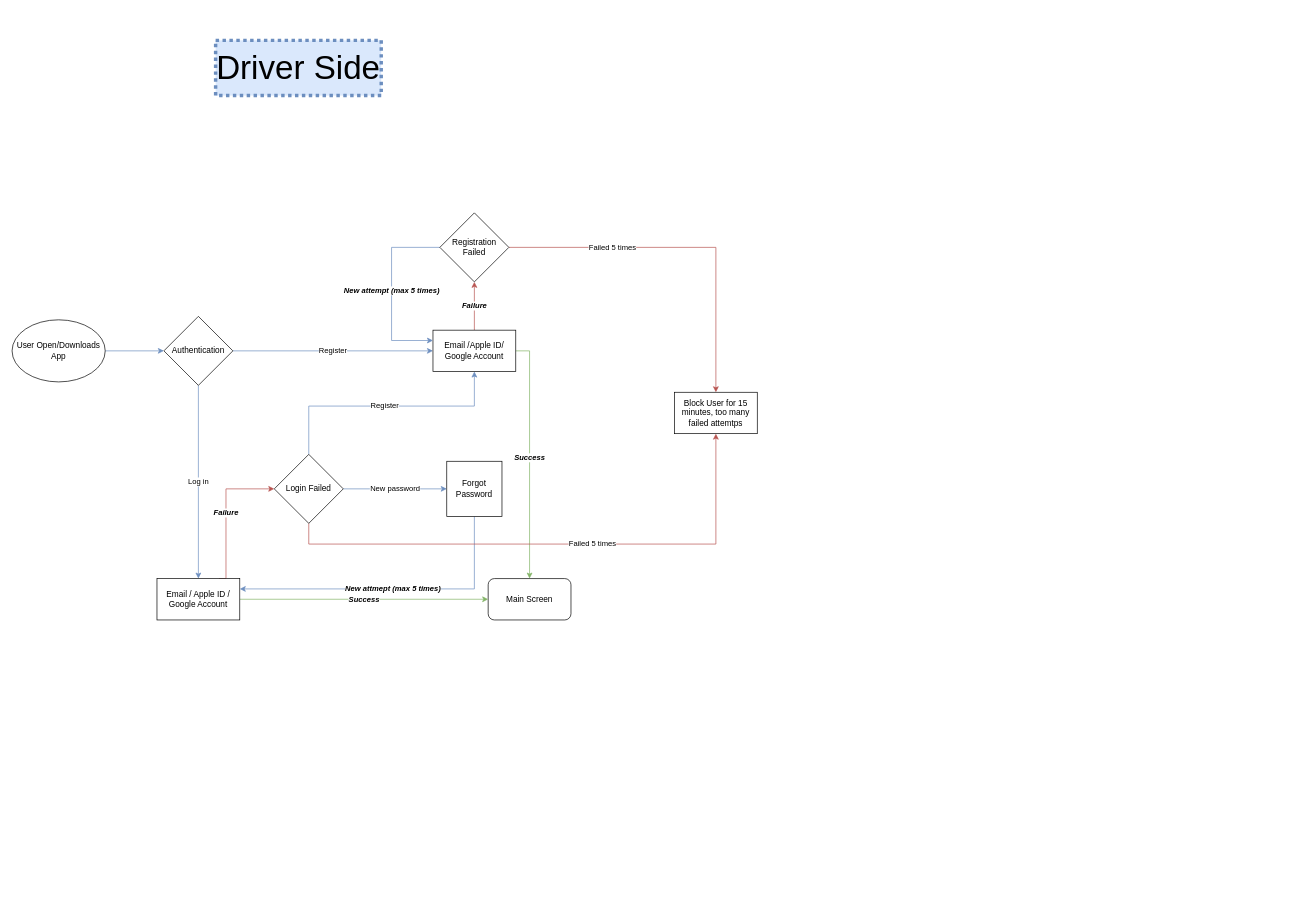
Above: api/App flow.drawio in DenBile/api_sample (draw.io), before the change. Source tidied: cells renumbered, new cells numbered last; positions are measured from the earlier drawing's top-left corner, leaving out a move shared by most shapes. Both pictures are drawn from the tidied source at 69%, with x=0, y=0 at pixel (12, 40).
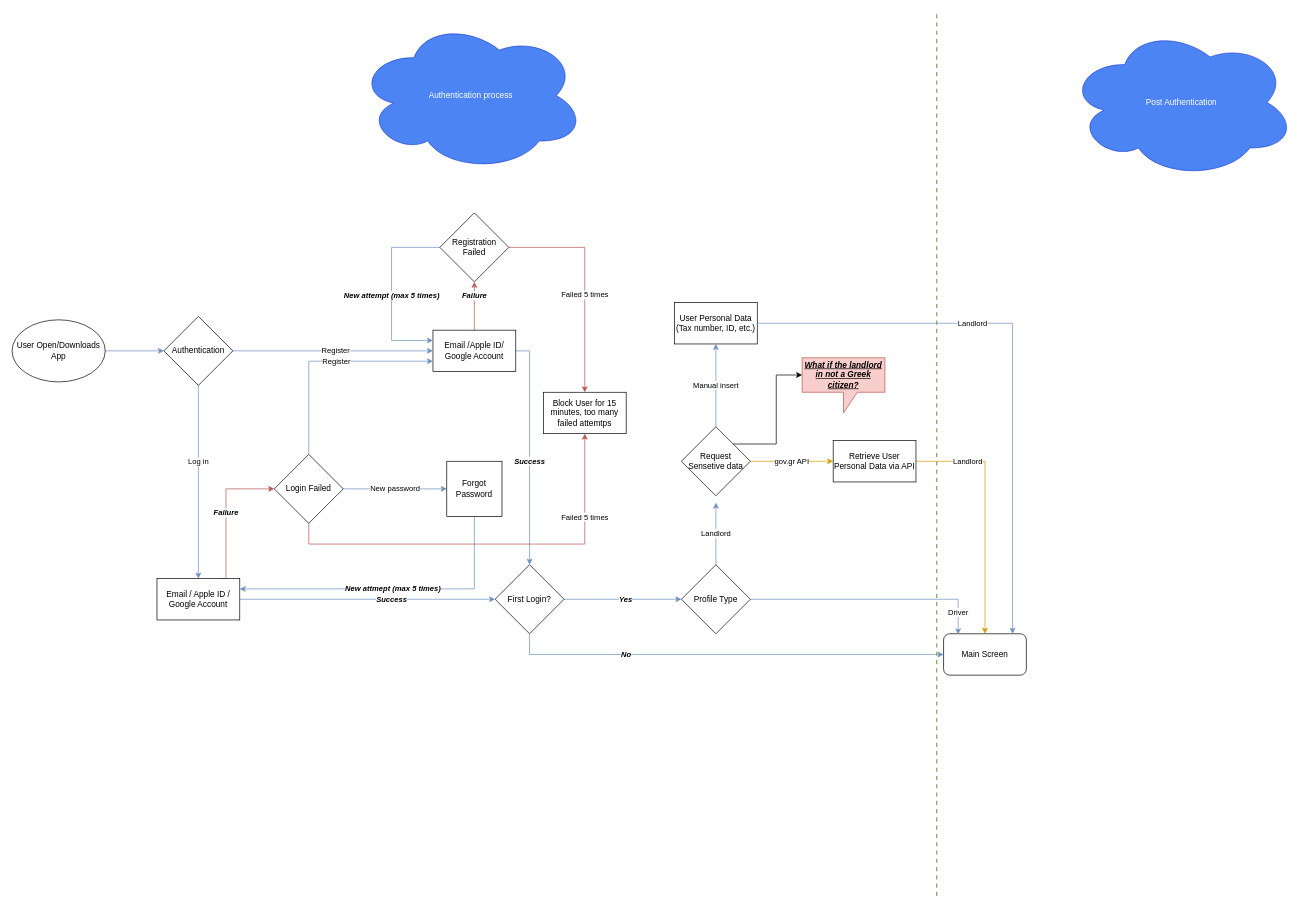
After the change.

The change refers to these unchanged cells:
```xml
<mxCell id="8" value="Authentication" style="rhombus;whiteSpace=wrap;html=1;" parent="1" vertex="1">
  <mxGeometry x="220" y="400" width="100" height="100" as="geometry" />
</mxCell>
<mxCell id="11" value="Email /Apple ID/ Google Account" style="whiteSpace=wrap;html=1;" parent="1" vertex="1">
  <mxGeometry x="610" y="420" width="120" height="60" as="geometry" />
</mxCell>
<mxCell id="14" value="Email / Apple ID / Google Account" style="whiteSpace=wrap;html=1;" parent="1" vertex="1">
  <mxGeometry x="210" y="780" width="120" height="60" as="geometry" />
</mxCell>
<mxCell id="20" value="Login Failed" style="rhombus;whiteSpace=wrap;html=1;" parent="1" vertex="1">
  <mxGeometry x="380" y="600" width="100" height="100" as="geometry" />
</mxCell>
<mxCell id="23" value="Registration Failed" style="rhombus;whiteSpace=wrap;html=1;" parent="1" vertex="1">
  <mxGeometry x="620" y="250" width="100" height="100" as="geometry" />
</mxCell>
```

The edit, as a diff of the source:
```diff
@@
-    <mxCell id="4" value="Driver Side" style="text;html=1;strokeColor=#6c8ebf;fillColor=#dae8fc;align=center;verticalAlign=middle;whiteSpace=wrap;rounded=0;dashed=1;dashPattern=1 1;strokeWidth=5;fontSize=48;" parent="1" vertex="1">
-      <mxGeometry x="295" width="240" height="80" as="geometry" />
-    </mxCell>
     <mxCell id="5" value="Main Screen" style="rounded=1;whiteSpace=wrap;html=1;" parent="1" vertex="1">
-      <mxGeometry x="690" y="780" width="120" height="60" as="geometry" />
+      <mxGeometry x="1350" y="860" width="120" height="60" as="geometry" />
     </mxCell>
     <mxCell id="6" value="Register" style="edgeStyle=orthogonalEdgeStyle;rounded=0;jettySize=auto;html=1;fillColor=#dae8fc;strokeColor=#6c8ebf;" parent="1" edge="1" source="8" target="11">
-      <mxGeometry relative="1" as="geometry" />
+      <mxGeometry x="0.03" relative="1" as="geometry" />
     </mxCell>
     <mxCell id="7" value="Log in" style="edgeStyle=orthogonalEdgeStyle;rounded=0;jettySize=auto;html=1;fillColor=#dae8fc;strokeColor=#6c8ebf;" parent="1" edge="1" source="8" target="14">
-      <mxGeometry relative="1" as="geometry" />
+      <mxGeometry x="-0.21" relative="1" as="geometry" />
     </mxCell>
@@
-    <mxCell id="9" value="Success" style="edgeStyle=orthogonalEdgeStyle;rounded=0;jettySize=auto;html=1;exitX=1;exitY=0.5;exitDx=0;exitDy=0;fillColor=#d5e8d4;strokeColor=#82b366;fontStyle=3;" parent="1" edge="1" source="11" target="5">
-      <mxGeometry relative="1" as="geometry" />
-    </mxCell>
     <mxCell id="10" value="Failure" style="edgeStyle=orthogonalEdgeStyle;rounded=0;jettySize=auto;html=1;fillColor=#f8cecc;strokeColor=#b85450;fontStyle=3;" parent="1" edge="1" source="11" target="23">
-      <mxGeometry relative="1" as="geometry" />
+      <mxGeometry x="0.43" relative="1" as="geometry">
+        <Array as="points">
+          <mxPoint x="670" y="370" />
+          <mxPoint x="670" y="370" />
+        </Array>
+      </mxGeometry>
     </mxCell>
+    <mxCell id="25" value="Success" style="edgeStyle=orthogonalEdgeStyle;rounded=0;jettySize=auto;html=1;exitX=1;exitY=0.5;exitDx=0;exitDy=0;entryX=0.5;entryY=0;entryDx=0;entryDy=0;fillColor=#dae8fc;strokeColor=#6c8ebf;fontStyle=3;" parent="1" edge="1" source="11" target="29">
+      <mxGeometry x="0.09" relative="1" as="geometry" />
+    </mxCell>
@@
-    <mxCell id="12" value="Success" style="edgeStyle=orthogonalEdgeStyle;rounded=0;jettySize=auto;html=1;exitX=1;exitY=0.5;exitDx=0;exitDy=0;fillColor=#d5e8d4;strokeColor=#82b366;fontStyle=3;" parent="1" edge="1" source="14" target="5">
-      <mxGeometry relative="1" as="geometry" />
-    </mxCell>
@@
+    <mxCell id="26" value="Success" style="edgeStyle=orthogonalEdgeStyle;rounded=0;jettySize=auto;html=1;exitX=1;exitY=0.5;exitDx=0;exitDy=0;entryX=0;entryY=0.5;entryDx=0;entryDy=0;fillColor=#dae8fc;strokeColor=#6c8ebf;fontStyle=3;" parent="1" edge="1" source="14" target="29">
+      <mxGeometry x="0.19" relative="1" as="geometry" />
+    </mxCell>
@@
+    <mxCell id="19" value="Failed 5 times" style="edgeStyle=orthogonalEdgeStyle;rounded=0;jettySize=auto;html=1;exitX=0.5;exitY=1;exitDx=0;exitDy=0;fillColor=#f8cecc;strokeColor=#b85450;entryX=0.5;entryY=1;entryDx=0;entryDy=0;" parent="1" edge="1" source="20" target="24">
+      <mxGeometry x="0.59" relative="1" as="geometry">
+        <Array as="points">
+          <mxPoint x="430" y="730" />
+          <mxPoint x="830" y="730" />
+        </Array>
+      </mxGeometry>
+    </mxCell>
-    <mxCell id="18" value="Register" style="edgeStyle=orthogonalEdgeStyle;rounded=0;jettySize=auto;html=1;exitX=0.5;exitY=0;exitDx=0;exitDy=0;entryX=0.5;entryY=1;entryDx=0;entryDy=0;fillColor=#dae8fc;strokeColor=#6c8ebf;" parent="1" edge="1" source="20" target="11">
-      <mxGeometry relative="1" as="geometry">
-        <Array as="points">
-          <mxPoint x="430" y="530" />
-          <mxPoint x="670" y="530" />
-        </Array>
-      </mxGeometry>
+    <mxCell id="18" value="Register" style="edgeStyle=orthogonalEdgeStyle;rounded=0;jettySize=auto;html=1;exitX=0.5;exitY=0;exitDx=0;exitDy=0;entryX=0;entryY=0.75;entryDx=0;entryDy=0;fillColor=#dae8fc;strokeColor=#6c8ebf;" parent="1" edge="1" source="20" target="11">
+      <mxGeometry x="0.11" relative="1" as="geometry" />
     </mxCell>
-    <mxCell id="19" value="Failed 5 times" style="edgeStyle=orthogonalEdgeStyle;rounded=0;jettySize=auto;html=1;exitX=0.5;exitY=1;exitDx=0;exitDy=0;fillColor=#f8cecc;strokeColor=#b85450;" parent="1" edge="1" source="20" target="24">
-      <mxGeometry x="0.13" relative="1" as="geometry">
-        <Array as="points">
-          <mxPoint x="430" y="730" />
-          <mxPoint x="1020" y="730" />
-        </Array>
-      </mxGeometry>
-    </mxCell>
@@
     <mxCell id="21" value="New attempt (max 5 times)" style="edgeStyle=orthogonalEdgeStyle;rounded=0;jettySize=auto;html=1;exitX=0;exitY=0.5;exitDx=0;exitDy=0;entryX=0;entryY=0.25;entryDx=0;entryDy=0;fillColor=#dae8fc;strokeColor=#6c8ebf;fontStyle=3;" parent="1" edge="1" source="23" target="11">
-      <mxGeometry relative="1" as="geometry">
+      <mxGeometry x="0.06" relative="1" as="geometry">
         <Array as="points">
           <mxPoint x="550" y="300" />
           <mxPoint x="550" y="435" />
         </Array>
       </mxGeometry>
     </mxCell>
     <mxCell id="22" value="Failed 5 times" style="edgeStyle=orthogonalEdgeStyle;rounded=0;jettySize=auto;html=1;exitX=1;exitY=0.5;exitDx=0;exitDy=0;fillColor=#f8cecc;strokeColor=#b85450;" parent="1" edge="1" source="23" target="24">
-      <mxGeometry x="-0.41" relative="1" as="geometry" />
+      <mxGeometry x="0.12" relative="1" as="geometry" />
     </mxCell>
@@
     <mxCell id="24" value="Block User for 15 minutes, too many failed attemtps" style="rounded=0;whiteSpace=wrap;html=1;" parent="1" vertex="1">
-      <mxGeometry x="960" y="510" width="120" height="60" as="geometry" />
+      <mxGeometry x="770" y="510" width="120" height="60" as="geometry" />
     </mxCell>
+    <mxCell id="27" value="Yes" style="edgeStyle=orthogonalEdgeStyle;rounded=0;jettySize=auto;html=1;exitX=1;exitY=0.5;exitDx=0;exitDy=0;entryX=0;entryY=0.5;entryDx=0;entryDy=0;fontStyle=3;fillColor=#dae8fc;strokeColor=#6c8ebf;" parent="1" edge="1" source="29">
+      <mxGeometry x="0.06" relative="1" as="geometry">
+        <mxPoint x="970" y="810" as="targetPoint" />
+      </mxGeometry>
+    </mxCell>
+    <mxCell id="28" value="No" style="edgeStyle=orthogonalEdgeStyle;rounded=0;jettySize=auto;html=1;exitX=0.5;exitY=1;exitDx=0;exitDy=0;entryX=0;entryY=0.5;entryDx=0;entryDy=0;fontStyle=3;fillColor=#dae8fc;strokeColor=#6c8ebf;" parent="1" edge="1" source="29" target="5">
+      <mxGeometry x="-0.46" relative="1" as="geometry" />
+    </mxCell>
+    <mxCell id="29" value="First Login?" style="rhombus;whiteSpace=wrap;html=1;" parent="1" vertex="1">
+      <mxGeometry x="700" y="760" width="100" height="100" as="geometry" />
+    </mxCell>
+    <mxCell id="30" style="endArrow=none;html=1;rounded=0;strokeWidth=2;dashed=1;fillColor=#d5e8d4;strokeColor=#82b366;" parent="1" edge="1">
+      <mxGeometry relative="1" as="geometry">
+        <mxPoint x="1340" y="1240" as="sourcePoint" />
+        <mxPoint x="1340" y="-40" as="targetPoint" />
+      </mxGeometry>
+    </mxCell>
+    <mxCell id="31" value="Driver" style="edgeStyle=orthogonalEdgeStyle;rounded=0;jettySize=auto;html=1;exitX=1;exitY=0.5;exitDx=0;exitDy=0;entryX=0.176;entryY=0.014;entryDx=0;entryDy=0;fillColor=#dae8fc;strokeColor=#6c8ebf;entryPerimeter=0;" parent="1" edge="1" source="33" target="5">
+      <mxGeometry x="0.82" relative="1" as="geometry" />
+    </mxCell>
+    <mxCell id="32" value="Landlord" style="edgeStyle=orthogonalEdgeStyle;rounded=0;orthogonalLoop=1;jettySize=auto;html=1;fillColor=#dae8fc;strokeColor=#6c8ebf;" parent="1" edge="1">
+      <mxGeometry relative="1" as="geometry">
+        <mxPoint x="1020" y="760" as="sourcePoint" />
+        <mxPoint x="1020" y="670" as="targetPoint" />
+      </mxGeometry>
+    </mxCell>
+    <mxCell id="33" value="Profile Type" style="rhombus;whiteSpace=wrap;html=1;" parent="1" vertex="1">
+      <mxGeometry x="970" y="760" width="100" height="100" as="geometry" />
+    </mxCell>
+    <mxCell id="34" value="User Personal Data (Tax number, ID, etc.)" style="rounded=0;whiteSpace=wrap;html=1;" parent="1" vertex="1">
+      <mxGeometry x="960" y="380" width="120" height="60" as="geometry" />
+    </mxCell>
+    <mxCell id="35" value="Manual insert" style="edgeStyle=orthogonalEdgeStyle;rounded=0;jettySize=auto;html=1;fillColor=#dae8fc;strokeColor=#6c8ebf;" parent="1" edge="1" source="37" target="34">
+      <mxGeometry relative="1" as="geometry" />
+    </mxCell>
+    <mxCell id="36" value="gov.gr API" style="edgeStyle=orthogonalEdgeStyle;rounded=0;jettySize=auto;html=1;fillColor=#ffe6cc;strokeColor=#d79b00;" parent="1" edge="1" source="37" target="39">
+      <mxGeometry relative="1" as="geometry" />
+    </mxCell>
+    <mxCell id="37" value="Request Sensetive data" style="rhombus;whiteSpace=wrap;html=1;" parent="1" vertex="1">
+      <mxGeometry x="970" y="560" width="100" height="100" as="geometry" />
+    </mxCell>
+    <mxCell id="38" value="Landlord" style="edgeStyle=orthogonalEdgeStyle;rounded=0;jettySize=auto;html=1;exitX=1;exitY=0.5;exitDx=0;exitDy=0;entryX=0.5;entryY=0;entryDx=0;entryDy=0;fillColor=#ffe6cc;strokeColor=#d79b00;" parent="1" edge="1" source="39" target="5">
+      <mxGeometry x="-0.57" relative="1" as="geometry" />
+    </mxCell>
+    <mxCell id="39" value="Retrieve User Personal Data via API" style="rounded=0;whiteSpace=wrap;html=1;" parent="1" vertex="1">
+      <mxGeometry x="1190" y="580" width="120" height="60" as="geometry" />
+    </mxCell>
+    <mxCell id="40" value="Landlord" style="edgeStyle=orthogonalEdgeStyle;rounded=0;jettySize=auto;html=1;exitX=1;exitY=0.5;exitDx=0;exitDy=0;fillColor=#dae8fc;strokeColor=#6c8ebf;" parent="1" edge="1" source="34">
+      <mxGeometry x="-0.24" relative="1" as="geometry">
+        <mxPoint x="1450" y="860" as="targetPoint" />
+        <Array as="points">
+          <mxPoint x="1450" y="410" />
+          <mxPoint x="1450" y="860" />
+        </Array>
+      </mxGeometry>
+    </mxCell>
+    <mxCell id="41" value="Authentication process" style="ellipse;shape=cloud;whiteSpace=wrap;html=1;fillColor=#0050ef;strokeColor=#001DBC;fontColor=#ffffff;gradientColor=none;opacity=70;" parent="1" vertex="1">
+      <mxGeometry x="500" y="-30" width="330" height="220" as="geometry" />
+    </mxCell>
+    <mxCell id="42" value="Post Authentication" style="ellipse;shape=cloud;whiteSpace=wrap;html=1;fillColor=#0050ef;strokeColor=#001DBC;fontColor=#ffffff;gradientColor=none;opacity=70;" parent="1" vertex="1">
+      <mxGeometry x="1530" y="-20" width="330" height="220" as="geometry" />
+    </mxCell>
+    <mxCell id="43" value="What if the landlord in not a Greek citizen?" style="shape=callout;whiteSpace=wrap;html=1;perimeter=calloutPerimeter;fillColor=#f8cecc;strokeColor=#b85450;fontStyle=7;" parent="1" vertex="1">
+      <mxGeometry x="1145" y="460" width="120" height="80" as="geometry" />
+    </mxCell>
+    <mxCell id="44" style="edgeStyle=orthogonalEdgeStyle;rounded=0;jettySize=auto;html=1;exitX=1;exitY=0;exitDx=0;exitDy=0;entryX=0;entryY=0;entryDx=0;entryDy=25;entryPerimeter=0;" parent="1" edge="1" source="37" target="43">
+      <mxGeometry relative="1" as="geometry" />
+    </mxCell>
```
